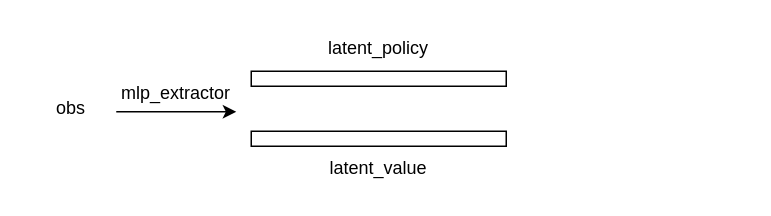
Above: ppo.drawio in Reynoll/Repository (draw.io), before the change. Source tidied: cells renumbered, new cells numbered last; positions are measured from the earlier drawing's top-left corner, leaving out a move shared by most shapes. Both pictures are drawn from the tidied source at 150%, with x=0, y=0 at pixel (26, 26).
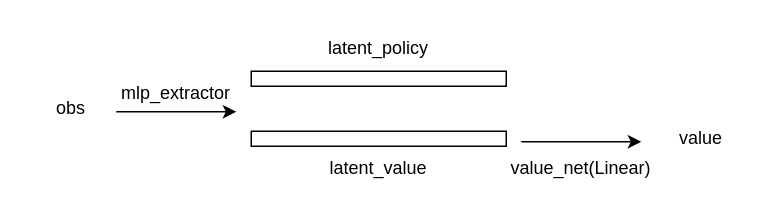
Above is the later version.

Diff of the diagram source:
```diff
@@
 <mxGraphModel>
   <root>
     <mxCell id="0" />
     <mxCell id="1" parent="0" />
     <mxCell id="2" style="rounded=0;whiteSpace=wrap;html=1;" parent="1" vertex="1">
       <mxGeometry x="150" y="30" width="170" height="10" as="geometry" />
     </mxCell>
     <mxCell id="3" value="obs" style="text;strokeColor=none;align=center;fillColor=none;html=1;verticalAlign=middle;whiteSpace=wrap;rounded=0;" parent="1" vertex="1">
       <mxGeometry y="40" width="60" height="30" as="geometry" />
     </mxCell>
     <mxCell id="4" style="endArrow=classic;html=1;rounded=0;" parent="1" edge="1">
       <mxGeometry relative="1" as="geometry">
         <mxPoint x="60" y="57" as="sourcePoint" />
         <mxPoint x="140" y="57" as="targetPoint" />
       </mxGeometry>
     </mxCell>
     <mxCell id="5" value="mlp_extractor" style="text;strokeColor=none;align=center;fillColor=none;html=1;verticalAlign=middle;whiteSpace=wrap;rounded=0;" parent="1" vertex="1">
       <mxGeometry x="70" y="30" width="60" height="30" as="geometry" />
     </mxCell>
     <mxCell id="6" style="rounded=0;whiteSpace=wrap;html=1;" parent="1" vertex="1">
       <mxGeometry x="150" y="70" width="170" height="10" as="geometry" />
     </mxCell>
     <mxCell id="7" value="latent_policy" style="text;strokeColor=none;align=center;fillColor=none;html=1;verticalAlign=middle;whiteSpace=wrap;rounded=0;" parent="1" vertex="1">
       <mxGeometry x="205" width="60" height="30" as="geometry" />
     </mxCell>
     <mxCell id="8" value="latent_value" style="text;strokeColor=none;align=center;fillColor=none;html=1;verticalAlign=middle;whiteSpace=wrap;rounded=0;" parent="1" vertex="1">
       <mxGeometry x="205" y="80" width="60" height="30" as="geometry" />
     </mxCell>
+    <mxCell id="9" style="endArrow=classic;html=1;rounded=0;" parent="1" edge="1">
+      <mxGeometry relative="1" as="geometry">
+        <mxPoint x="330" y="77" as="sourcePoint" />
+        <mxPoint x="410" y="77" as="targetPoint" />
+      </mxGeometry>
+    </mxCell>
+    <mxCell id="10" value="value_net(Linear)" style="text;strokeColor=none;align=center;fillColor=none;html=1;verticalAlign=middle;whiteSpace=wrap;rounded=0;" parent="1" vertex="1">
+      <mxGeometry x="340" y="80" width="60" height="30" as="geometry" />
+    </mxCell>
+    <mxCell id="11" value="value" style="text;strokeColor=none;align=center;fillColor=none;html=1;verticalAlign=middle;whiteSpace=wrap;rounded=0;" parent="1" vertex="1">
+      <mxGeometry x="420" y="60" width="60" height="30" as="geometry" />
+    </mxCell>
   </root>
 </mxGraphModel>
```
